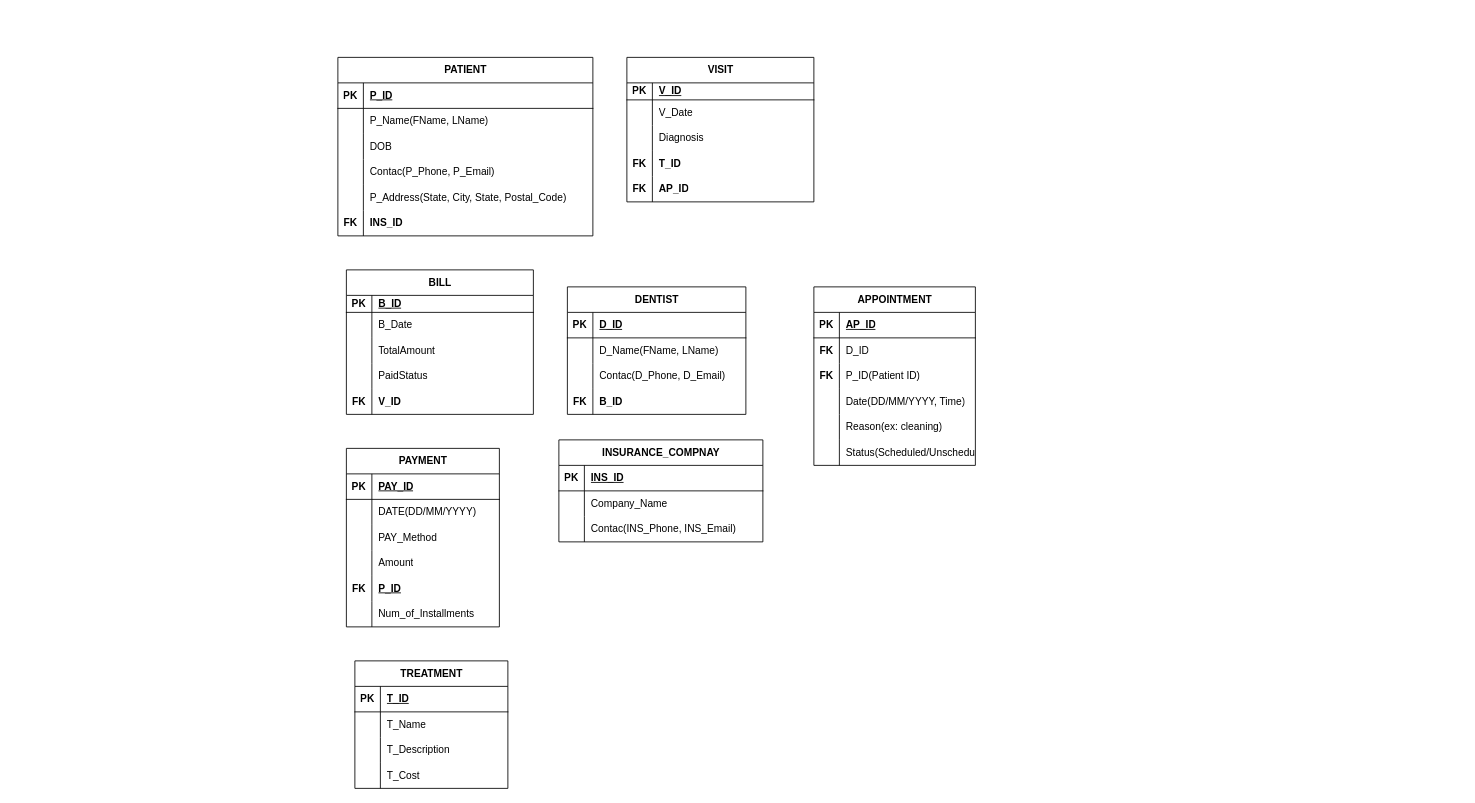
Earlier version of the draw.io diagram Untitled Diagram.drawio (Varshiha/Database_Project). Source tidied: cells renumbered, new cells numbered last; positions are measured from the earlier drawing's top-left corner, leaving out a move shared by most shapes. Both pictures are drawn from the tidied source at 85%, with x=0, y=0 at pixel (337, 57).
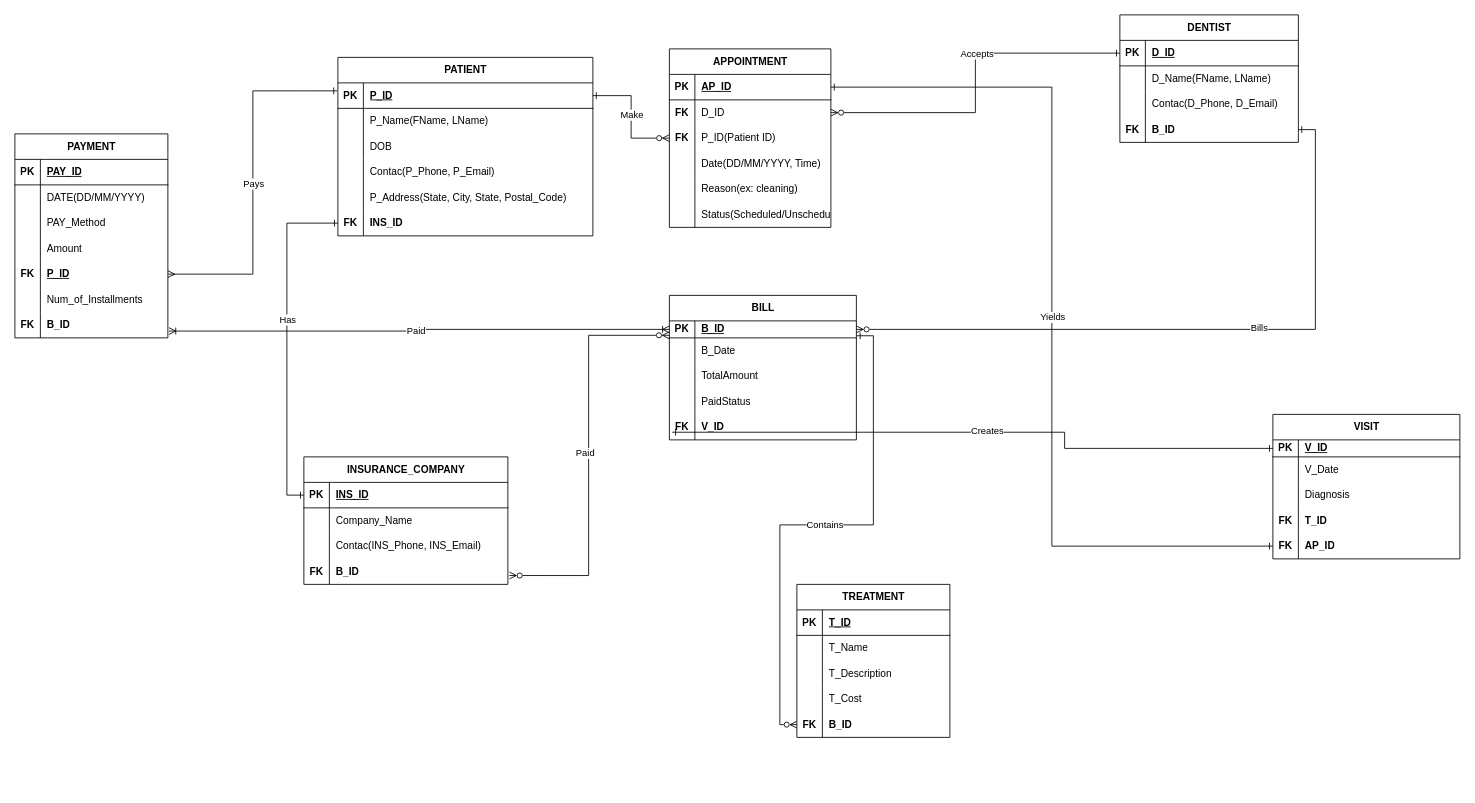
The same page after the edit.

Unchanged cells that the change refers to:
```xml
<mxCell id="3" style="shape=tableRow;horizontal=0;startSize=0;swimlaneHead=0;swimlaneBody=0;fillColor=none;points=[[0,0.5],[1,0.5]];portConstraint=eastwest;top=0;left=0;right=0;bottom=1;strokeColor=default;align=center;verticalAlign=middle;fontFamily=Helvetica;fontSize=12;fontColor=default;fontStyle=1;" parent="2" vertex="1">
  <mxGeometry y="30" width="300" height="30" as="geometry" />
</mxCell>
<mxCell id="18" style="shape=tableRow;horizontal=0;startSize=0;swimlaneHead=0;swimlaneBody=0;fillColor=none;points=[[0,0.5],[1,0.5]];portConstraint=eastwest;top=0;left=0;right=0;bottom=0;strokeColor=default;align=center;verticalAlign=middle;fontFamily=Helvetica;fontSize=12;fontColor=default;fontStyle=1;" parent="2" vertex="1">
  <mxGeometry y="180" width="300" height="30" as="geometry" />
</mxCell>
<mxCell id="22" style="shape=tableRow;horizontal=0;startSize=0;swimlaneHead=0;swimlaneBody=0;fillColor=none;points=[[0,0.5],[1,0.5]];portConstraint=eastwest;top=0;left=0;right=0;bottom=1;strokeColor=default;align=center;verticalAlign=middle;fontFamily=Helvetica;fontSize=12;fontColor=default;fontStyle=1;" parent="21" vertex="1">
  <mxGeometry y="30" width="220" height="20" as="geometry" />
</mxCell>
<mxCell id="34" style="shape=tableRow;horizontal=0;startSize=0;swimlaneHead=0;swimlaneBody=0;fillColor=none;points=[[0,0.5],[1,0.5]];portConstraint=eastwest;top=0;left=0;right=0;bottom=0;strokeColor=default;align=center;verticalAlign=middle;fontFamily=Helvetica;fontSize=12;fontColor=default;fontStyle=1;" parent="21" vertex="1">
  <mxGeometry y="140" width="220" height="30" as="geometry" />
</mxCell>
<mxCell id="38" style="shape=tableRow;horizontal=0;startSize=0;swimlaneHead=0;swimlaneBody=0;fillColor=none;points=[[0,0.5],[1,0.5]];portConstraint=eastwest;top=0;left=0;right=0;bottom=1;strokeColor=default;align=center;verticalAlign=middle;fontFamily=Helvetica;fontSize=12;fontColor=default;fontStyle=1;" parent="37" vertex="1">
  <mxGeometry y="30" width="220" height="20" as="geometry" />
</mxCell>
<mxCell id="50" style="shape=tableRow;horizontal=0;startSize=0;swimlaneHead=0;swimlaneBody=0;fillColor=none;points=[[0,0.5],[1,0.5]];portConstraint=eastwest;top=0;left=0;right=0;bottom=0;strokeColor=default;align=center;verticalAlign=middle;fontFamily=Helvetica;fontSize=12;fontColor=default;fontStyle=1;" parent="37" vertex="1">
  <mxGeometry y="140" width="220" height="30" as="geometry" />
</mxCell>
<mxCell id="54" style="shape=tableRow;horizontal=0;startSize=0;swimlaneHead=0;swimlaneBody=0;fillColor=none;points=[[0,0.5],[1,0.5]];portConstraint=eastwest;top=0;left=0;right=0;bottom=1;" parent="53" vertex="1">
  <mxGeometry y="30" width="210" height="30" as="geometry" />
</mxCell>
<mxCell id="63" style="shape=tableRow;horizontal=0;startSize=0;swimlaneHead=0;swimlaneBody=0;fillColor=none;points=[[0,0.5],[1,0.5]];portConstraint=eastwest;top=0;left=0;right=0;bottom=0;" parent="53" vertex="1">
  <mxGeometry y="120" width="210" height="30" as="geometry" />
</mxCell>
<mxCell id="67" style="shape=tableRow;horizontal=0;startSize=0;swimlaneHead=0;swimlaneBody=0;fillColor=none;points=[[0,0.5],[1,0.5]];portConstraint=eastwest;top=0;left=0;right=0;bottom=1;" parent="66" vertex="1">
  <mxGeometry y="30" width="190" height="30" as="geometry" />
</mxCell>
<mxCell id="70" style="shape=tableRow;horizontal=0;startSize=0;swimlaneHead=0;swimlaneBody=0;fillColor=none;points=[[0,0.5],[1,0.5]];portConstraint=eastwest;top=0;left=0;right=0;bottom=0;" parent="66" vertex="1">
  <mxGeometry y="60" width="190" height="30" as="geometry" />
</mxCell>
<mxCell id="73" style="shape=tableRow;horizontal=0;startSize=0;swimlaneHead=0;swimlaneBody=0;fillColor=none;points=[[0,0.5],[1,0.5]];portConstraint=eastwest;top=0;left=0;right=0;bottom=0;" parent="66" vertex="1">
  <mxGeometry y="90" width="190" height="30" as="geometry" />
</mxCell>
<mxCell id="98" style="shape=tableRow;horizontal=0;startSize=0;swimlaneHead=0;swimlaneBody=0;fillColor=none;points=[[0,0.5],[1,0.5]];portConstraint=eastwest;top=0;left=0;right=0;bottom=0;" parent="85" vertex="1">
  <mxGeometry y="150" width="180" height="30" as="geometry" />
</mxCell>
<mxCell id="105" style="shape=tableRow;horizontal=0;startSize=0;swimlaneHead=0;swimlaneBody=0;fillColor=none;points=[[0,0.5],[1,0.5]];portConstraint=eastwest;top=0;left=0;right=0;bottom=1;" parent="104" vertex="1">
  <mxGeometry y="30" width="240" height="30" as="geometry" />
</mxCell>
```

Change to the diagram source:
```diff
@@
     <mxCell id="21" value="VISIT" style="shape=table;startSize=30;childLayout=tableLayout;rowLines=0;fontStyle=1;align=center;html=1;strokeColor=default;verticalAlign=middle;fontFamily=Helvetica;fontSize=12;fontColor=default;fillColor=default;" parent="1" vertex="1">
-      <mxGeometry x="340" width="220" height="170" as="geometry" />
+      <mxGeometry x="1100" y="420" width="220" height="170" as="geometry" />
     </mxCell>
@@
     <mxCell id="37" value="BILL" style="shape=table;startSize=30;childLayout=tableLayout;rowLines=0;fontStyle=1;align=center;html=1;strokeColor=default;verticalAlign=middle;fontFamily=Helvetica;fontSize=12;fontColor=default;fillColor=default;" parent="1" vertex="1">
-      <mxGeometry x="10" y="250" width="220" height="170" as="geometry" />
+      <mxGeometry x="390" y="280" width="220" height="170" as="geometry" />
     </mxCell>
@@
     <mxCell id="53" value="DENTIST" style="shape=table;startSize=30;childLayout=tableLayout;rowLines=0;fontStyle=1;align=center;html=1;" parent="1" vertex="1">
-      <mxGeometry x="270" y="270" width="210" height="150" as="geometry" />
+      <mxGeometry x="920" y="-50" width="210" height="150" as="geometry" />
     </mxCell>
@@
     <mxCell id="66" value="APPOINTMENT" style="shape=table;startSize=30;childLayout=tableLayout;rowLines=0;fontStyle=1;align=center;html=1;" parent="1" vertex="1">
-      <mxGeometry x="560" y="270" width="190" height="210" as="geometry" />
+      <mxGeometry x="390" y="-10" width="190" height="210" as="geometry" />
     </mxCell>
@@
     <mxCell id="85" value="PAYMENT" style="shape=table;startSize=30;childLayout=tableLayout;rowLines=0;fontStyle=1;align=center;html=1;" parent="1" vertex="1">
-      <mxGeometry x="10" y="460" width="180" height="210" as="geometry" />
+      <mxGeometry x="-380" y="90" width="180" height="240" as="geometry" />
     </mxCell>
@@
-    <mxCell id="101" style="shape=tableRow;horizontal=0;startSize=0;swimlaneHead=0;swimlaneBody=0;fillColor=none;top=0;left=0;right=0;bottom=0;" parent="85" vertex="1">
+    <mxCell id="101" style="shape=tableRow;horizontal=0;startSize=0;swimlaneHead=0;swimlaneBody=0;fillColor=none;top=0;left=0;right=0;bottom=0;fontStyle=1;" parent="85" vertex="1">
       <mxGeometry y="180" width="180" height="30" as="geometry" />
     </mxCell>
@@
+    <mxCell id="127" style="shape=tableRow;horizontal=0;startSize=0;swimlaneHead=0;swimlaneBody=0;fillColor=none;points=[[0,0.5],[1,0.5]];portConstraint=eastwest;top=0;left=0;right=0;bottom=0;" parent="85" vertex="1">
+      <mxGeometry y="210" width="180" height="30" as="geometry" />
+    </mxCell>
+    <mxCell id="128" value="&lt;b&gt;FK&lt;/b&gt;" style="shape=partialRectangle;fillColor=none;top=0;left=0;bottom=0;right=0;overflow=hidden;whiteSpace=wrap;html=1;" parent="127" vertex="1">
+      <mxGeometry width="30" height="30" as="geometry" />
+    </mxCell>
+    <mxCell id="129" value="&lt;b&gt;B_ID&lt;/b&gt;" style="shape=partialRectangle;fillColor=none;top=0;left=0;bottom=0;right=0;align=left;spacingLeft=6;overflow=hidden;whiteSpace=wrap;html=1;" parent="127" vertex="1">
+      <mxGeometry x="30" width="150" height="30" as="geometry" />
+    </mxCell>
-    <mxCell id="104" value="INSURANCE_COMPNAY" style="shape=table;startSize=30;childLayout=tableLayout;rowLines=0;fontStyle=1;align=center;html=1;" parent="1" vertex="1">
-      <mxGeometry x="260" y="450" width="240" height="120" as="geometry" />
+    <mxCell id="104" value="INSURANCE_COMPANY" style="shape=table;startSize=30;childLayout=tableLayout;rowLines=0;fontStyle=1;align=center;html=1;" parent="1" vertex="1">
+      <mxGeometry x="-40" y="470" width="240" height="150" as="geometry" />
     </mxCell>
@@
+    <mxCell id="130" style="shape=tableRow;horizontal=0;startSize=0;swimlaneHead=0;swimlaneBody=0;fillColor=none;points=[[0,0.5],[1,0.5]];portConstraint=eastwest;top=0;left=0;right=0;bottom=0;fontStyle=1;" parent="104" vertex="1">
+      <mxGeometry y="120" width="240" height="30" as="geometry" />
+    </mxCell>
+    <mxCell id="131" value="&lt;b&gt;FK&lt;/b&gt;" style="shape=partialRectangle;fillColor=none;top=0;left=0;bottom=0;right=0;overflow=hidden;whiteSpace=wrap;html=1;" parent="130" vertex="1">
+      <mxGeometry width="30" height="30" as="geometry" />
+    </mxCell>
+    <mxCell id="132" value="B_ID" style="shape=partialRectangle;fillColor=none;top=0;left=0;bottom=0;right=0;align=left;spacingLeft=6;overflow=hidden;whiteSpace=wrap;html=1;fontStyle=1;" parent="130" vertex="1">
+      <mxGeometry x="30" width="210" height="30" as="geometry" />
+    </mxCell>
     <mxCell id="114" value="TREATMENT" style="shape=table;startSize=30;childLayout=tableLayout;rowLines=0;fontStyle=1;align=center;html=1;" parent="1" vertex="1">
-      <mxGeometry x="20" y="710" width="180" height="150" as="geometry" />
+      <mxGeometry x="540" y="620" width="180" height="180" as="geometry" />
     </mxCell>
@@
+    <mxCell id="133" style="shape=tableRow;horizontal=0;startSize=0;swimlaneHead=0;swimlaneBody=0;fillColor=none;points=[[0,0.5],[1,0.5]];portConstraint=eastwest;top=0;left=0;right=0;bottom=0;" parent="114" vertex="1">
+      <mxGeometry y="150" width="180" height="30" as="geometry" />
+    </mxCell>
+    <mxCell id="134" value="&lt;b&gt;FK&lt;/b&gt;" style="shape=partialRectangle;fillColor=none;top=0;left=0;bottom=0;right=0;overflow=hidden;whiteSpace=wrap;html=1;" parent="133" vertex="1">
+      <mxGeometry width="30" height="30" as="geometry" />
+    </mxCell>
+    <mxCell id="135" value="B_ID" style="shape=partialRectangle;fillColor=none;top=0;left=0;bottom=0;right=0;align=left;spacingLeft=6;overflow=hidden;whiteSpace=wrap;html=1;fontStyle=1;" parent="133" vertex="1">
+      <mxGeometry x="30" width="150" height="30" as="geometry" />
+    </mxCell>
+    <mxCell id="136" style="edgeStyle=orthogonalEdgeStyle;rounded=0;jettySize=auto;html=1;exitX=1;exitY=0.5;exitDx=0;exitDy=0;entryX=0;entryY=0.5;entryDx=0;entryDy=0;endArrow=ERzeroToMany;endFill=0;startArrow=ERone;startFill=0;" parent="1" edge="1" source="3" target="73">
+      <mxGeometry relative="1" as="geometry" />
+    </mxCell>
+    <mxCell id="137" value="Make" style="edgeLabel;html=1;align=center;verticalAlign=middle;" parent="136" vertex="1">
+      <mxGeometry x="-0.05" relative="1" as="geometry" />
+    </mxCell>
+    <mxCell id="138" style="edgeStyle=orthogonalEdgeStyle;rounded=0;jettySize=auto;html=1;exitX=0;exitY=0.5;exitDx=0;exitDy=0;entryX=1;entryY=0.5;entryDx=0;entryDy=0;startArrow=ERone;startFill=0;endArrow=ERzeroToMany;endFill=0;" parent="1" edge="1" source="54" target="70">
+      <mxGeometry relative="1" as="geometry" />
+    </mxCell>
+    <mxCell id="139" value="Accepts" style="edgeLabel;html=1;align=center;verticalAlign=middle;" parent="138" vertex="1">
+      <mxGeometry x="-0.17" y="1" relative="1" as="geometry" />
+    </mxCell>
+    <mxCell id="140" style="edgeStyle=orthogonalEdgeStyle;rounded=0;jettySize=auto;html=1;exitX=1;exitY=0.5;exitDx=0;exitDy=0;entryX=0;entryY=0.5;entryDx=0;entryDy=0;startArrow=ERone;startFill=0;endArrow=ERone;endFill=0;" parent="1" edge="1" source="67" target="34">
+      <mxGeometry relative="1" as="geometry" />
+    </mxCell>
+    <mxCell id="141" value="Yields" style="edgeLabel;html=1;align=center;verticalAlign=middle;" parent="140" vertex="1">
+      <mxGeometry relative="1" as="geometry" />
+    </mxCell>
+    <mxCell id="142" style="edgeStyle=orthogonalEdgeStyle;rounded=0;jettySize=auto;html=1;entryX=0.015;entryY=0.7;entryDx=0;entryDy=0;entryPerimeter=0;startArrow=ERone;startFill=0;endArrow=ERone;endFill=0;" parent="1" edge="1" source="22" target="50">
+      <mxGeometry relative="1" as="geometry" />
+    </mxCell>
+    <mxCell id="143" value="Creates" style="edgeLabel;html=1;align=center;verticalAlign=middle;" parent="142" vertex="1">
+      <mxGeometry x="-0.02" y="-3" relative="1" as="geometry" />
+    </mxCell>
+    <mxCell id="144" style="edgeStyle=orthogonalEdgeStyle;rounded=0;jettySize=auto;html=1;exitX=1;exitY=0.5;exitDx=0;exitDy=0;entryX=1;entryY=0.5;entryDx=0;entryDy=0;startArrow=ERone;startFill=0;endArrow=ERzeroToMany;endFill=0;" parent="1" edge="1" source="63" target="38">
+      <mxGeometry relative="1" as="geometry" />
+    </mxCell>
+    <mxCell id="145" value="Bills" style="edgeLabel;html=1;align=center;verticalAlign=middle;" parent="144" vertex="1">
+      <mxGeometry x="-0.19" y="-3" relative="1" as="geometry" />
+    </mxCell>
+    <mxCell id="146" style="edgeStyle=orthogonalEdgeStyle;rounded=0;jettySize=auto;html=1;exitX=1.002;exitY=0.876;exitDx=0;exitDy=0;entryX=0;entryY=0.5;entryDx=0;entryDy=0;startArrow=ERone;startFill=0;exitPerimeter=0;endArrow=ERzeroToMany;endFill=0;" parent="1" edge="1" source="38" target="133">
+      <mxGeometry relative="1" as="geometry" />
+    </mxCell>
+    <mxCell id="147" value="Contains" style="edgeLabel;html=1;align=center;verticalAlign=middle;" parent="146" vertex="1">
+      <mxGeometry x="-0.01" y="-1" relative="1" as="geometry" />
+    </mxCell>
+    <mxCell id="148" style="edgeStyle=orthogonalEdgeStyle;rounded=0;jettySize=auto;html=1;entryX=1.007;entryY=0.733;entryDx=0;entryDy=0;entryPerimeter=0;endArrow=ERoneToMany;endFill=0;startArrow=ERoneToMany;startFill=0;" parent="1" edge="1" source="38" target="127">
+      <mxGeometry relative="1" as="geometry" />
+    </mxCell>
+    <mxCell id="149" value="Paid" style="edgeLabel;html=1;align=center;verticalAlign=middle;" parent="148" vertex="1">
+      <mxGeometry x="0.02" relative="1" as="geometry" />
+    </mxCell>
+    <mxCell id="150" style="edgeStyle=orthogonalEdgeStyle;rounded=0;jettySize=auto;html=1;exitX=-0.001;exitY=0.849;exitDx=0;exitDy=0;entryX=1.008;entryY=0.653;entryDx=0;entryDy=0;entryPerimeter=0;startArrow=ERzeroToMany;startFill=0;endArrow=ERzeroToMany;endFill=0;exitPerimeter=0;" parent="1" edge="1" source="38" target="130">
+      <mxGeometry relative="1" as="geometry" />
+    </mxCell>
+    <mxCell id="151" value="Paid" style="edgeLabel;html=1;align=center;verticalAlign=middle;" parent="150" vertex="1">
+      <mxGeometry x="-0.01" y="-5" relative="1" as="geometry" />
+    </mxCell>
+    <mxCell id="152" style="edgeStyle=orthogonalEdgeStyle;rounded=0;jettySize=auto;html=1;exitX=0;exitY=0.5;exitDx=0;exitDy=0;entryX=0;entryY=0.5;entryDx=0;entryDy=0;startArrow=ERone;startFill=0;endArrow=ERone;endFill=0;" parent="1" edge="1" source="105" target="18">
+      <mxGeometry relative="1" as="geometry">
+        <Array as="points">
+          <mxPoint x="-60" y="515" />
+          <mxPoint x="-60" y="195" />
+        </Array>
+      </mxGeometry>
+    </mxCell>
+    <mxCell id="153" value="Has" style="edgeLabel;html=1;align=center;verticalAlign=middle;" parent="152" vertex="1">
+      <mxGeometry x="0.13" relative="1" as="geometry">
+        <mxPoint y="-1" as="offset" />
+      </mxGeometry>
+    </mxCell>
+    <mxCell id="154" style="edgeStyle=orthogonalEdgeStyle;rounded=0;jettySize=auto;html=1;exitX=1;exitY=0.5;exitDx=0;exitDy=0;entryX=-0.003;entryY=0.313;entryDx=0;entryDy=0;entryPerimeter=0;startArrow=ERmany;startFill=0;endArrow=ERone;endFill=0;" parent="1" edge="1" source="98" target="3">
+      <mxGeometry relative="1" as="geometry" />
+    </mxCell>
+    <mxCell id="155" value="Pays" style="edgeLabel;html=1;align=center;verticalAlign=middle;" parent="154" vertex="1">
+      <mxGeometry relative="1" as="geometry" />
+    </mxCell>
```
